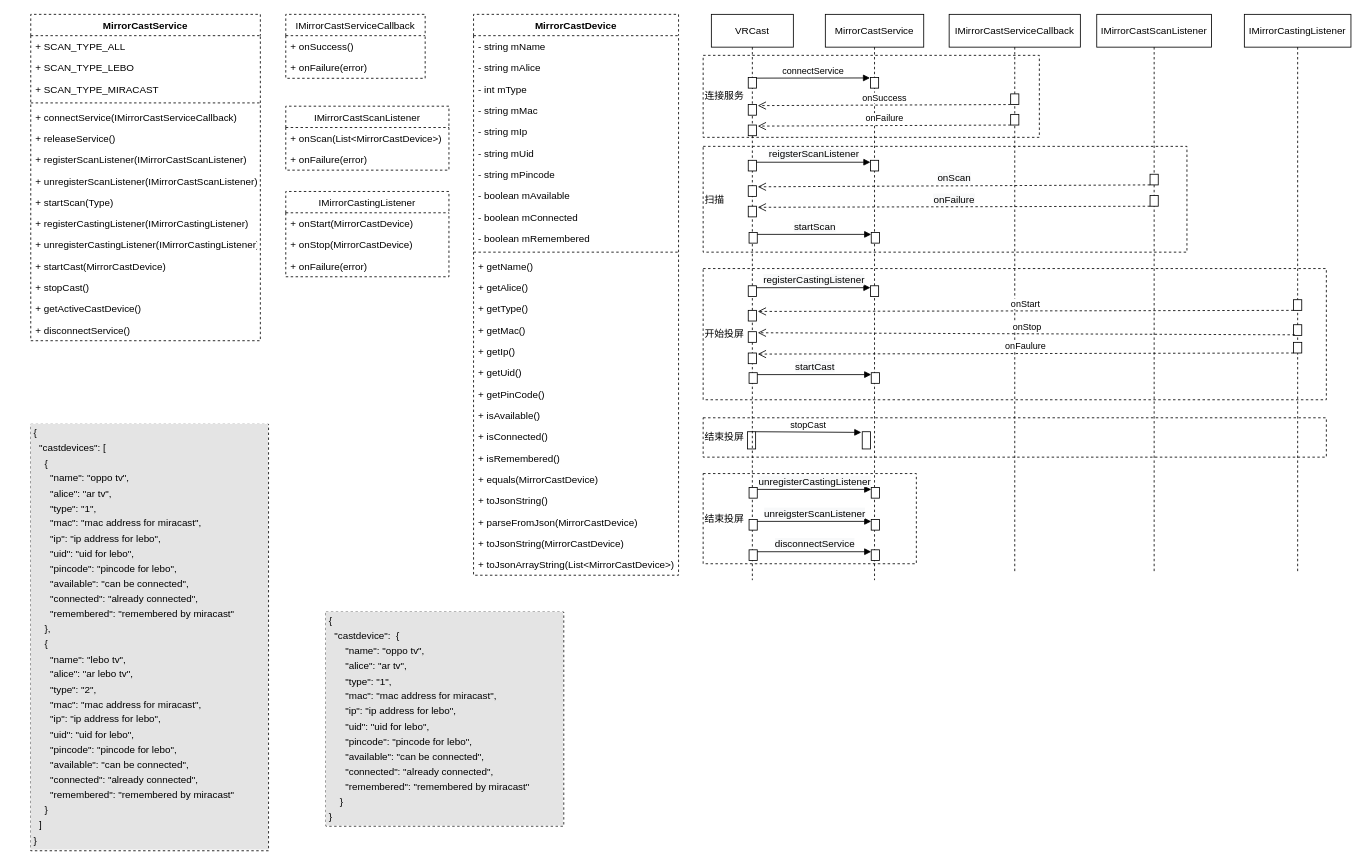
This is page "VR" (3 of 3) of cast.drawio from Sejutor/visio, a draw.io file, before an edit. Source tidied: cells renumbered, new cells numbered last; positions are measured from the earlier drawing's top-left corner, leaving out a move shared by most shapes. Both pictures are drawn from the tidied source at 82%, with x=0, y=0 at pixel (30, 14).
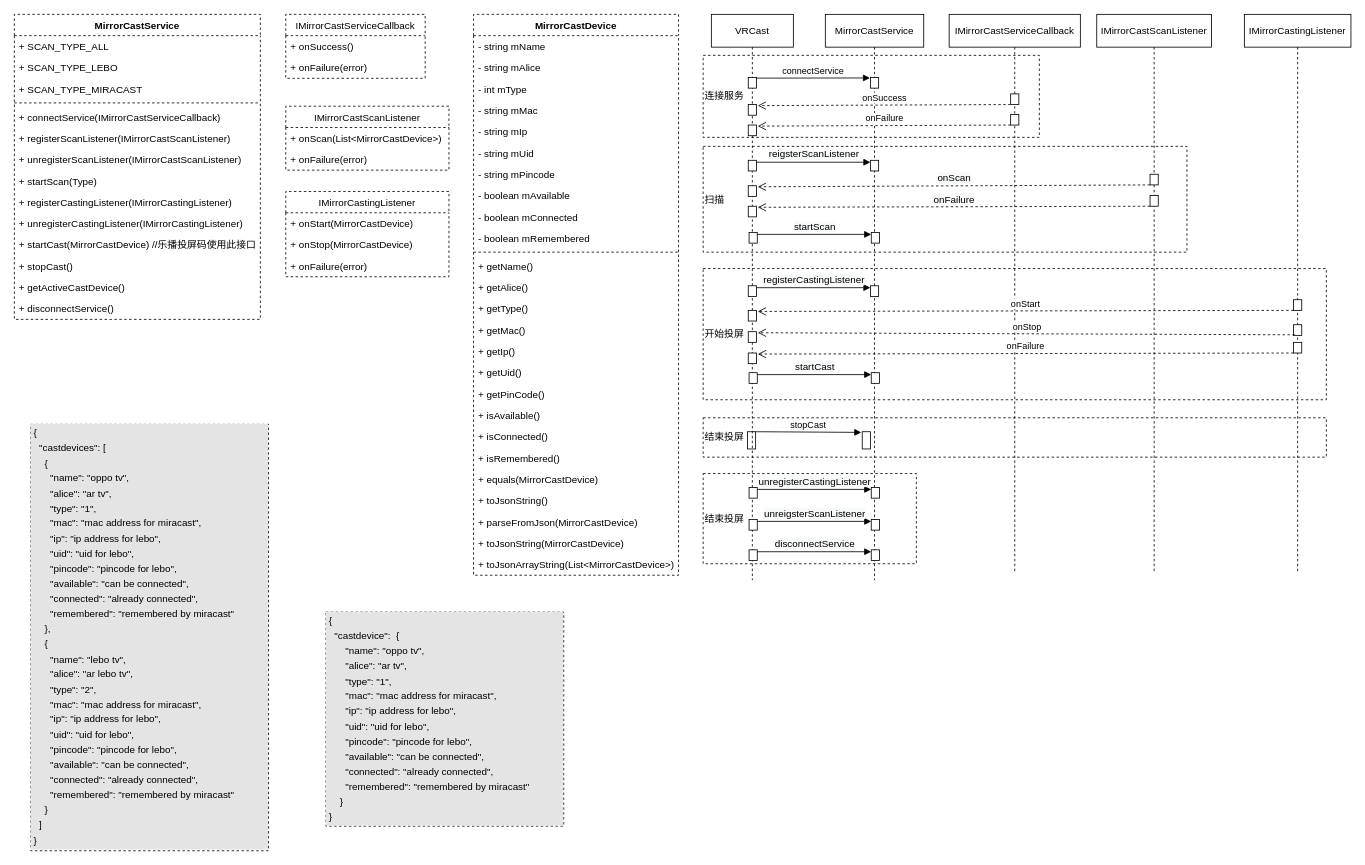
The same page after the edit.

The change refers to these unchanged cells:
```xml
<mxCell id="77" style="html=1;points=[];perimeter=orthogonalPerimeter;" parent="74" vertex="1">
  <mxGeometry x="60" y="400" width="10" height="13" as="geometry" />
</mxCell>
```

What changed in the source:
```diff
@@
     <mxCell id="4" value="MirrorCastService" style="swimlane;fontStyle=1;align=center;verticalAlign=top;horizontal=1;startSize=26;dashed=1;" parent="1" vertex="1">
-      <mxGeometry width="280" height="398" as="geometry" />
+      <mxGeometry x="-20" width="300" height="372" as="geometry" />
     </mxCell>
     <mxCell id="5" value="+ SCAN_TYPE_ALL" style="text;strokeColor=none;fillColor=none;align=left;verticalAlign=top;spacingLeft=4;spacingRight=4;overflow=hidden;dashed=1;" parent="4" vertex="1">
-      <mxGeometry y="26" width="280" height="26" as="geometry" />
+      <mxGeometry y="26" width="300" height="26" as="geometry" />
     </mxCell>
     <mxCell id="6" value="+ SCAN_TYPE_LEBO" style="text;strokeColor=none;fillColor=none;align=left;verticalAlign=top;spacingLeft=4;spacingRight=4;overflow=hidden;dashed=1;" parent="4" vertex="1">
-      <mxGeometry y="52" width="280" height="26" as="geometry" />
+      <mxGeometry y="52" width="300" height="26" as="geometry" />
     </mxCell>
     <mxCell id="7" value="+ SCAN_TYPE_MIRACAST" style="text;strokeColor=none;fillColor=none;align=left;verticalAlign=top;spacingLeft=4;spacingRight=4;overflow=hidden;dashed=1;" parent="4" vertex="1">
-      <mxGeometry y="78" width="280" height="26" as="geometry" />
+      <mxGeometry y="78" width="300" height="26" as="geometry" />
     </mxCell>
     <mxCell id="8" style="line;strokeWidth=1;fillColor=none;align=left;verticalAlign=middle;spacingTop=-1;spacingLeft=3;spacingRight=3;labelPosition=right;dashed=1;" parent="4" vertex="1">
-      <mxGeometry y="104" width="280" height="8" as="geometry" />
+      <mxGeometry y="104" width="300" height="8" as="geometry" />
     </mxCell>
     <mxCell id="9" value="+ connectService(IMirrorCastServiceCallback)" style="text;strokeColor=none;fillColor=none;align=left;verticalAlign=top;spacingLeft=4;spacingRight=4;overflow=hidden;dashed=1;" parent="4" vertex="1">
-      <mxGeometry y="112" width="280" height="26" as="geometry" />
+      <mxGeometry y="112" width="300" height="26" as="geometry" />
     </mxCell>
-    <mxCell id="10" value="+ releaseService()" style="text;strokeColor=none;fillColor=none;align=left;verticalAlign=top;spacingLeft=4;spacingRight=4;overflow=hidden;dashed=1;" parent="4" vertex="1">
-      <mxGeometry y="138" width="280" height="26" as="geometry" />
-    </mxCell>
     <mxCell id="11" value="+ registerScanListener(IMirrorCastScanListener)" style="text;strokeColor=none;fillColor=none;align=left;verticalAlign=top;spacingLeft=4;spacingRight=4;overflow=hidden;dashed=1;" parent="4" vertex="1">
-      <mxGeometry y="164" width="280" height="26" as="geometry" />
+      <mxGeometry y="138" width="300" height="26" as="geometry" />
     </mxCell>
     <mxCell id="12" value="+ unregisterScanListener(IMirrorCastScanListener)" style="text;strokeColor=none;fillColor=none;align=left;verticalAlign=top;spacingLeft=4;spacingRight=4;overflow=hidden;dashed=1;" parent="4" vertex="1">
-      <mxGeometry y="190" width="280" height="26" as="geometry" />
+      <mxGeometry y="164" width="300" height="26" as="geometry" />
     </mxCell>
-    <mxCell id="13" value="+ startScan(Type)" style="text;strokeColor=none;fillColor=none;align=left;verticalAlign=top;spacingLeft=4;spacingRight=4;overflow=hidden;dashed=1;" parent="4" vertex="1">
-      <mxGeometry y="216" width="280" height="26" as="geometry" />
+    <mxCell id="13" value="+ startScan(Type)  " style="text;strokeColor=none;fillColor=none;align=left;verticalAlign=top;spacingLeft=4;spacingRight=4;overflow=hidden;dashed=1;" parent="4" vertex="1">
+      <mxGeometry y="190" width="300" height="26" as="geometry" />
     </mxCell>
     <mxCell id="14" value="+ registerCastingListener(IMirrorCastingListener)" style="text;strokeColor=none;fillColor=none;align=left;verticalAlign=top;spacingLeft=4;spacingRight=4;overflow=hidden;dashed=1;" parent="4" vertex="1">
-      <mxGeometry y="242" width="280" height="26" as="geometry" />
+      <mxGeometry y="216" width="300" height="26" as="geometry" />
     </mxCell>
     <mxCell id="15" value="+ unregisterCastingListener(IMirrorCastingListener)" style="text;strokeColor=none;fillColor=none;align=left;verticalAlign=top;spacingLeft=4;spacingRight=4;overflow=hidden;dashed=1;" parent="4" vertex="1">
-      <mxGeometry y="268" width="280" height="26" as="geometry" />
+      <mxGeometry y="242" width="300" height="26" as="geometry" />
     </mxCell>
-    <mxCell id="16" value="+ startCast(MirrorCastDevice)" style="text;strokeColor=none;fillColor=none;align=left;verticalAlign=top;spacingLeft=4;spacingRight=4;overflow=hidden;dashed=1;" parent="4" vertex="1">
-      <mxGeometry y="294" width="280" height="26" as="geometry" />
+    <mxCell id="16" value="+ startCast(MirrorCastDevice) //乐播投屏码使用此接口" style="text;strokeColor=none;fillColor=none;align=left;verticalAlign=top;spacingLeft=4;spacingRight=4;overflow=hidden;dashed=1;" parent="4" vertex="1">
+      <mxGeometry y="268" width="300" height="26" as="geometry" />
     </mxCell>
     <mxCell id="17" value="+ stopCast()" style="text;strokeColor=none;fillColor=none;align=left;verticalAlign=top;spacingLeft=4;spacingRight=4;overflow=hidden;dashed=1;" parent="4" vertex="1">
-      <mxGeometry y="320" width="280" height="26" as="geometry" />
+      <mxGeometry y="294" width="300" height="26" as="geometry" />
     </mxCell>
     <mxCell id="18" value="+ getActiveCastDevice()" style="text;strokeColor=none;fillColor=none;align=left;verticalAlign=top;spacingLeft=4;spacingRight=4;overflow=hidden;dashed=1;" parent="4" vertex="1">
-      <mxGeometry y="346" width="280" height="26" as="geometry" />
+      <mxGeometry y="320" width="300" height="26" as="geometry" />
     </mxCell>
     <mxCell id="19" value="+ disconnectService()" style="text;strokeColor=none;fillColor=none;align=left;verticalAlign=top;spacingLeft=4;spacingRight=4;overflow=hidden;dashed=1;" parent="4" vertex="1">
-      <mxGeometry y="372" width="280" height="26" as="geometry" />
+      <mxGeometry y="346" width="300" height="26" as="geometry" />
     </mxCell>
@@
-    <mxCell id="104" value="onFaulure" style="html=1;verticalAlign=bottom;endArrow=open;dashed=1;endSize=8;rounded=0;entryX=1.158;entryY=0.126;entryDx=0;entryDy=0;entryPerimeter=0;startArrow=none;" parent="1" edge="1" source="77">
+    <mxCell id="104" value="onFailure" style="html=1;verticalAlign=bottom;endArrow=open;dashed=1;endSize=8;rounded=0;entryX=1.158;entryY=0.126;entryDx=0;entryDy=0;entryPerimeter=0;startArrow=none;" parent="1" edge="1" source="77">
       <mxGeometry relative="1" as="geometry">
         <mxPoint x="886.6" y="414.3" as="targetPoint" />
       </mxGeometry>
     </mxCell>
```
